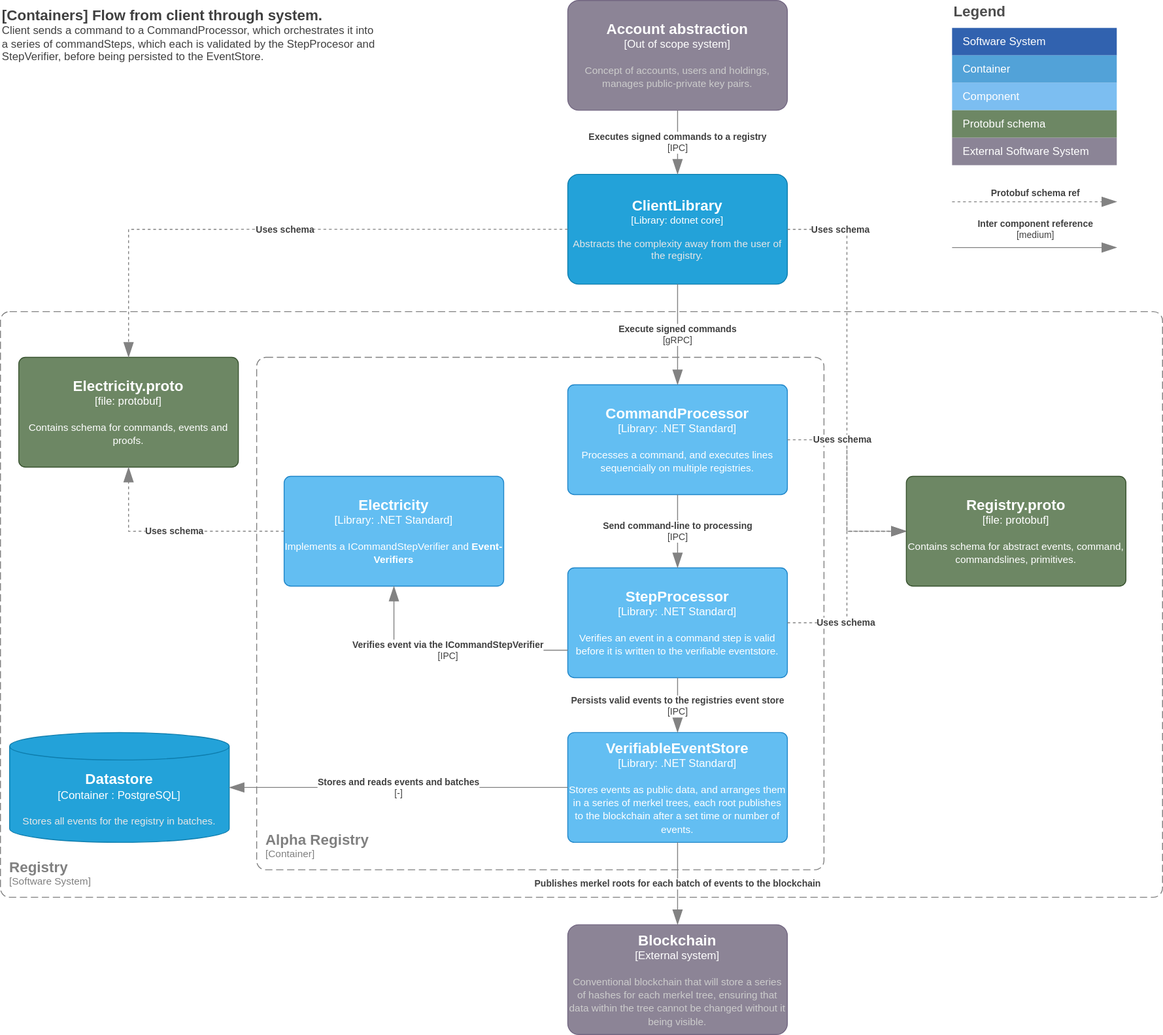
Earlier version of the draw.io export doc/architecture/container.drawio.svg (project-origin/registry). Source tidied: cells renumbered, new cells last; positions are measured from the earlier drawing's top-left corner, leaving out a move shared by most shapes.
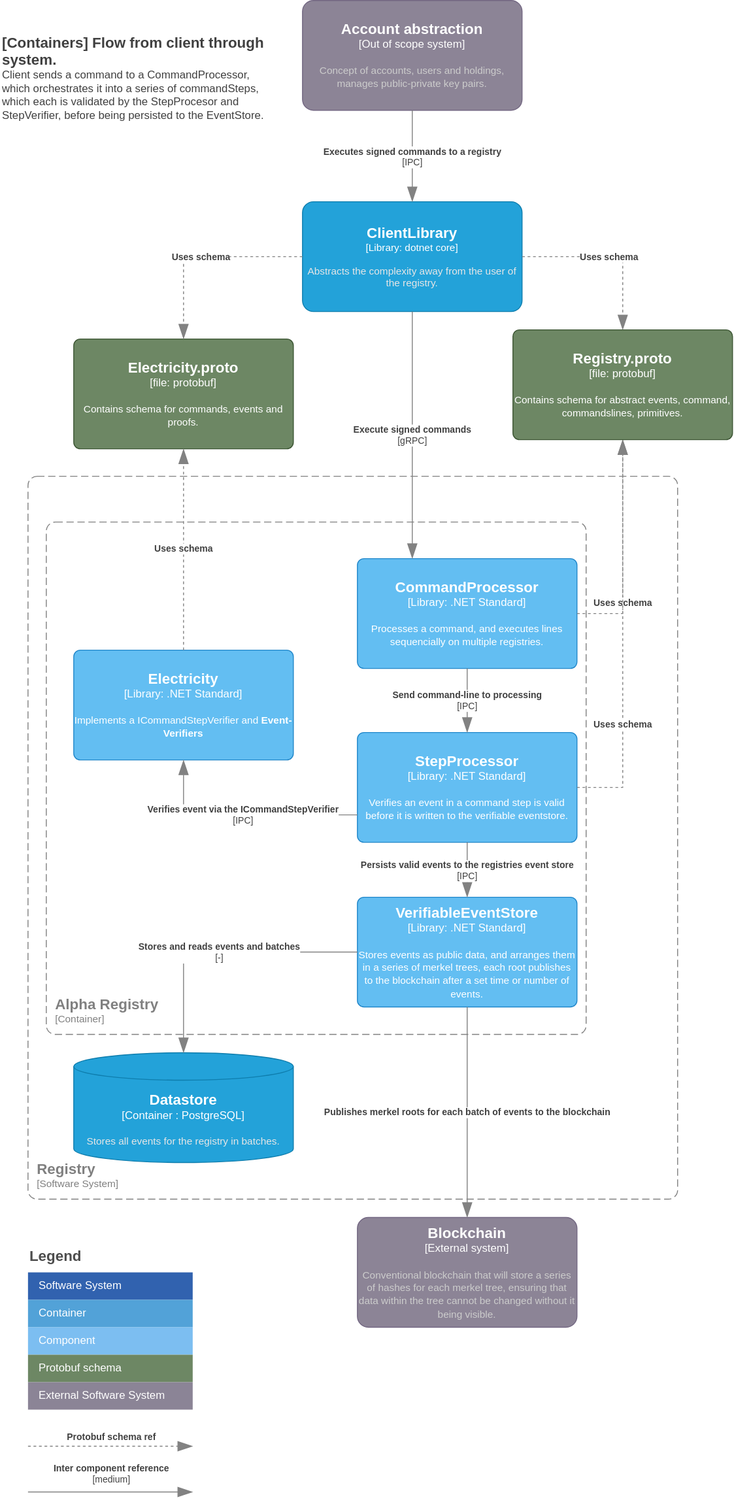
The same diagram one commit later.

What changed in the source:
```diff
@@ -4,27 +4,27 @@
     <mxCell id="1" parent="0" />
     <object id="2" label="&lt;font style=&quot;font-size: 16px&quot;&gt;&lt;b&gt;%c4Name%&lt;/b&gt;&lt;/font&gt;&lt;div&gt;[%c4Type%]&lt;/div&gt;&lt;br&gt;&lt;div&gt;&lt;font style=&quot;font-size: 11px&quot;&gt;&lt;font color=&quot;#cccccc&quot;&gt;%c4Description%&lt;/font&gt;&lt;/div&gt;" c4Description="Conventional blockchain that will store a series of hashes for each merkel tree, ensuring that data within the tree cannot be changed without it being visible." c4Name="Blockchain" c4Type="External system" placeholders="1">
       <mxCell style="rounded=1;whiteSpace=wrap;html=1;labelBackgroundColor=none;fillColor=#8C8496;fontColor=#ffffff;align=center;arcSize=10;strokeColor=#736782;points=[[0.25,0,0],[0.5,0,0],[0.75,0,0],[1,0.25,0],[1,0.5,0],[1,0.75,0],[0.75,1,0],[0.5,1,0],[0.25,1,0],[0,0.75,0],[0,0.5,0],[0,0.25,0]];" parent="1" vertex="1">
-        <mxGeometry x="620" y="1010" width="240" height="120" as="geometry" />
+        <mxGeometry x="620" y="1150" width="240" height="120" as="geometry" />
       </mxCell>
     </object>
     <object id="3" label="&lt;font style=&quot;font-size: 16px&quot;&gt;&lt;b&gt;%c4Name%&lt;/b&gt;&lt;/font&gt;&lt;div&gt;[%c4Type%]&lt;/div&gt;&lt;br&gt;&lt;div&gt;&lt;font style=&quot;font-size: 11px&quot;&gt;&lt;font color=&quot;#cccccc&quot;&gt;%c4Description%&lt;/font&gt;&lt;/div&gt;" c4Description="Concept of accounts, users and holdings, manages public-private key pairs.  " c4Name="Account abstraction" c4Type="Out of scope system" placeholders="1">
       <mxCell style="rounded=1;whiteSpace=wrap;html=1;labelBackgroundColor=none;fillColor=#8C8496;fontColor=#ffffff;align=center;arcSize=10;strokeColor=#736782;points=[[0.25,0,0],[0.5,0,0],[0.75,0,0],[1,0.25,0],[1,0.5,0],[1,0.75,0],[0.75,1,0],[0.5,1,0],[0.25,1,0],[0,0.75,0],[0,0.5,0],[0,0.25,0]];" parent="1" vertex="1">
-        <mxGeometry x="620" width="240" height="120" as="geometry" />
+        <mxGeometry x="560" y="-180" width="240" height="120" as="geometry" />
       </mxCell>
     </object>
     <object id="4" label="&lt;font style=&quot;font-size: 16px&quot;&gt;&lt;b&gt;&lt;div style=&quot;text-align: left&quot;&gt;%c4Name%&lt;/div&gt;&lt;/b&gt;&lt;/font&gt;&lt;div style=&quot;text-align: left&quot;&gt;[%c4Application%]&lt;/div&gt;" c4Application="Software System" c4Name="Registry" c4Type="SystemScopeBoundary" placeholders="1">
       <mxCell style="rounded=1;fontSize=11;whiteSpace=wrap;html=1;dashed=1;arcSize=20;fillColor=none;strokeColor=#808080;fontColor=#808080;labelBackgroundColor=none;align=left;verticalAlign=bottom;labelBorderColor=none;spacingTop=0;spacing=10;dashPattern=8 4;perimeter=rectanglePerimeter;labelPadding=0;absoluteArcSize=1;strokeWidth=1;" parent="1" vertex="1">
-        <mxGeometry y="340" width="1270" height="640" as="geometry" />
+        <mxGeometry x="260" y="340" width="710" height="790" as="geometry" />
       </mxCell>
     </object>
     <object id="5" label="&lt;font style=&quot;font-size: 16px&quot;&gt;&lt;b&gt;%c4Type%&lt;/font&gt;&lt;div&gt;[%c4Container%:&amp;nbsp;%c4Technology%]&lt;/div&gt;&lt;br&gt;&lt;div&gt;&lt;font style=&quot;font-size: 11px&quot;&gt;&lt;font color=&quot;#E6E6E6&quot;&gt;%c4Description%&lt;/font&gt;&lt;/div&gt;" c4Container="Container " c4Description="Stores all events for the registry in batches." c4Technology="PostgreSQL" c4Type="Datastore" placeholders="1">
       <mxCell style="shape=cylinder3;size=15;whiteSpace=wrap;html=1;boundedLbl=1;rounded=0;labelBackgroundColor=none;fillColor=#23A2D9;fontSize=12;fontColor=#ffffff;align=center;strokeColor=#0E7DAD;points=[[0.5,0,0],[1,0.25,0],[1,0.5,0],[1,0.75,0],[0.5,1,0],[0,0.75,0],[0,0.5,0],[0,0.25,0]];" parent="1" vertex="1">
-        <mxGeometry x="10" y="800" width="240" height="120" as="geometry" />
+        <mxGeometry x="310" y="970" width="240" height="120" as="geometry" />
       </mxCell>
     </object>
     <object id="6" label="&lt;font style=&quot;font-size: 16px&quot;&gt;&lt;b&gt;&lt;div style=&quot;text-align: left&quot;&gt;%c4Name%&lt;/div&gt;&lt;/b&gt;&lt;/font&gt;&lt;div style=&quot;text-align: left&quot;&gt;[%c4Application%]&lt;/div&gt;" c4Application="Container" c4Name="Alpha Registry" c4Type="ContainerScopeBoundary" placeholders="1">
       <mxCell style="rounded=1;fontSize=11;whiteSpace=wrap;html=1;dashed=1;arcSize=20;fillColor=none;strokeColor=#808080;fontColor=#808080;labelBackgroundColor=none;align=left;verticalAlign=bottom;labelBorderColor=none;spacingTop=0;spacing=10;dashPattern=8 4;perimeter=rectanglePerimeter;labelPadding=0;absoluteArcSize=1;" parent="1" vertex="1">
-        <mxGeometry x="280" y="390" width="620" height="560" as="geometry" />
+        <mxGeometry x="280" y="390" width="590" height="560" as="geometry" />
       </mxCell>
     </object>
     <object id="7" label="&lt;font style=&quot;font-size: 16px&quot;&gt;&lt;b&gt;%c4Name%&lt;/b&gt;&lt;/font&gt;&lt;div&gt;[%c4Type%: %c4Technology%]&lt;/div&gt;&lt;br&gt;&lt;div&gt;&lt;font style=&quot;font-size: 11px&quot;&gt;%c4Description%&lt;/font&gt;&lt;/div&gt;" c4Description="Stores events as public data, and arranges them in a series of merkel trees, each root publishes to the blockchain after a set time or number of events." c4Name="VerifiableEventStore" c4Technology=".NET Standard" c4Type="Library" placeholders="1">
@@ -39,7 +39,7 @@
     </object>
     <object id="9" label="&lt;font style=&quot;font-size: 16px&quot;&gt;&lt;b&gt;%c4Name%&lt;/b&gt;&lt;/font&gt;&lt;div&gt;[%c4Type%: %c4Technology%]&lt;/div&gt;&lt;br&gt;&lt;div&gt;&lt;font style=&quot;font-size: 11px&quot;&gt;%c4Description%&lt;/font&gt;&lt;/div&gt;" c4Description="Implements a ICommandStepVerifier and &lt;b&gt;Event-Verifiers&lt;/b&gt;" c4Name="Electricity" c4Technology=".NET Standard" c4Type="Library" placeholders="1">
       <mxCell style="rounded=1;whiteSpace=wrap;html=1;labelBackgroundColor=none;fillColor=#63BEF2;fontColor=#ffffff;align=center;arcSize=6;strokeColor=#2086C9;points=[[0.25,0,0],[0.5,0,0],[0.75,0,0],[1,0.25,0],[1,0.5,0],[1,0.75,0],[0.75,1,0],[0.5,1,0],[0.25,1,0],[0,0.75,0],[0,0.5,0],[0,0.25,0]];" parent="1" vertex="1">
-        <mxGeometry x="310" y="520" width="240" height="120" as="geometry" />
+        <mxGeometry x="310" y="530" width="240" height="120" as="geometry" />
       </mxCell>
     </object>
     <object id="10" label="&lt;font style=&quot;font-size: 16px&quot;&gt;&lt;b&gt;%c4Name%&lt;/b&gt;&lt;/font&gt;&lt;div&gt;[%c4Type%: %c4Technology%]&lt;/div&gt;&lt;br&gt;&lt;div&gt;&lt;font style=&quot;font-size: 11px&quot;&gt;%c4Description%&lt;/font&gt;&lt;/div&gt;" c4Description="Verifies an event in a command step is valid before it is written to the verifiable eventstore." c4Name="StepProcessor" c4Technology=".NET Standard" c4Type="Library" placeholders="1">
@@ -49,16 +49,16 @@
     </object>
     <object id="11" label="&lt;font style=&quot;font-size: 16px&quot;&gt;&lt;b&gt;%c4Name%&lt;/b&gt;&lt;/font&gt;&lt;div&gt;[%c4Type%: %c4Technology%]&lt;/div&gt;&lt;br&gt;&lt;div&gt;&lt;font style=&quot;font-size: 11px&quot;&gt;%c4Description%&lt;/font&gt;&lt;/div&gt;" c4Description="Processes a command, and executes lines sequencially on multiple registries. " c4Name="CommandProcessor" c4Technology=".NET Standard" c4Type="Library" placeholders="1">
       <mxCell style="rounded=1;whiteSpace=wrap;html=1;labelBackgroundColor=none;fillColor=#63BEF2;fontColor=#ffffff;align=center;arcSize=6;strokeColor=#2086C9;points=[[0.25,0,0],[0.5,0,0],[0.75,0,0],[1,0.25,0],[1,0.5,0],[1,0.75,0],[0.75,1,0],[0.5,1,0],[0.25,1,0],[0,0.75,0],[0,0.5,0],[0,0.25,0]];" parent="1" vertex="1">
-        <mxGeometry x="620" y="420" width="240" height="120" as="geometry" />
+        <mxGeometry x="620" y="430" width="240" height="120" as="geometry" />
       </mxCell>
     </object>
     <object id="12" label="&lt;font style=&quot;font-size: 16px&quot;&gt;&lt;b&gt;%c4Name%&lt;/b&gt;&lt;/font&gt;&lt;div&gt;[%c4Type%: %c4Technology%]&lt;/div&gt;&lt;br&gt;&lt;div&gt;&lt;font style=&quot;font-size: 11px&quot;&gt;&lt;font color=&quot;#E6E6E6&quot;&gt;%c4Description%&lt;/font&gt;&lt;/div&gt;" c4Description="Abstracts the complexity away from the user of the registry." c4Name="ClientLibrary" c4Technology="dotnet core" c4Type="Library" placeholders="1">
       <mxCell style="rounded=1;whiteSpace=wrap;html=1;fontSize=11;labelBackgroundColor=none;fillColor=#23A2D9;fontColor=#ffffff;align=center;arcSize=10;strokeColor=#0E7DAD;points=[[0.25,0,0],[0.5,0,0],[0.75,0,0],[1,0.25,0],[1,0.5,0],[1,0.75,0],[0.75,1,0],[0.5,1,0],[0.25,1,0],[0,0.75,0],[0,0.5,0],[0,0.25,0]];" parent="1" vertex="1">
-        <mxGeometry x="620" y="190" width="240" height="120" as="geometry" />
+        <mxGeometry x="560" y="40" width="240" height="120" as="geometry" />
       </mxCell>
     </object>
     <object id="13" label="&lt;div style=&quot;text-align: left&quot;&gt;&lt;div style=&quot;text-align: center&quot;&gt;&lt;b&gt;%c4Description%&lt;/b&gt;&lt;/div&gt;&lt;div style=&quot;text-align: center&quot;&gt;[%c4Technology%]&lt;/div&gt;&lt;/div&gt;" c4Description="Execute signed commands" c4Technology="gRPC" c4Type="Relationship" placeholders="1">
-      <mxCell style="endArrow=blockThin;html=1;fontSize=10;fontColor=#404040;strokeWidth=1;endFill=1;strokeColor=#828282;elbow=vertical;endSize=14;startSize=14;jumpStyle=arc;jumpSize=16;rounded=0;edgeStyle=orthogonalEdgeStyle;entryX=0.5;entryY=0;entryDx=0;entryDy=0;entryPerimeter=0;exitX=0.5;exitY=1;exitDx=0;exitDy=0;exitPerimeter=0;" parent="1" edge="1" source="12" target="11">
+      <mxCell style="endArrow=blockThin;html=1;fontSize=10;fontColor=#404040;strokeWidth=1;endFill=1;strokeColor=#828282;elbow=vertical;endSize=14;startSize=14;jumpStyle=arc;jumpSize=16;rounded=0;edgeStyle=orthogonalEdgeStyle;exitX=0.5;exitY=1;exitDx=0;exitDy=0;exitPerimeter=0;entryX=0.25;entryY=0;entryDx=0;entryDy=0;entryPerimeter=0;" parent="1" edge="1" source="12" target="11">
         <mxGeometry relative="1" as="geometry" />
       </mxCell>
     </object>
@@ -84,11 +84,11 @@
     </object>
     <object id="18" label="&lt;font style=&quot;font-size: 16px&quot;&gt;&lt;b&gt;%c4Name%&lt;/b&gt;&lt;/font&gt;&lt;div&gt;[%c4Type%: %c4Technology%]&lt;/div&gt;&lt;br&gt;&lt;div&gt;&lt;font style=&quot;font-size: 11px&quot;&gt;%c4Description%&lt;/font&gt;&lt;/div&gt;" c4Description="Contains schema for commands, events and proofs. " c4Name="Electricity.proto" c4Technology="protobuf" c4Type="file" placeholders="1">
       <mxCell style="rounded=1;whiteSpace=wrap;html=1;labelBackgroundColor=none;fillColor=#6d8764;fontColor=#ffffff;align=center;arcSize=6;strokeColor=#3A5431;points=[[0.25,0,0],[0.5,0,0],[0.75,0,0],[1,0.25,0],[1,0.5,0],[1,0.75,0],[0.75,1,0],[0.5,1,0],[0.25,1,0],[0,0.75,0],[0,0.5,0],[0,0.25,0]];" parent="1" vertex="1">
-        <mxGeometry x="20" y="390" width="240" height="120" as="geometry" />
+        <mxGeometry x="310" y="190" width="240" height="120" as="geometry" />
       </mxCell>
     </object>
     <object id="19" label="&lt;div style=&quot;text-align: left&quot;&gt;&lt;div style=&quot;text-align: center&quot;&gt;&lt;b&gt;%c4Description%&lt;/b&gt;&lt;/div&gt;" c4Description="Uses schema" c4Type="Relationship" placeholders="1">
-      <mxCell style="endArrow=blockThin;html=1;fontSize=10;fontColor=#404040;strokeWidth=1;endFill=1;strokeColor=#828282;elbow=vertical;endSize=14;startSize=14;jumpStyle=arc;jumpSize=16;rounded=0;edgeStyle=orthogonalEdgeStyle;entryX=0.5;entryY=1;entryDx=0;entryDy=0;entryPerimeter=0;exitX=0;exitY=0.5;exitDx=0;exitDy=0;exitPerimeter=0;dashed=1;" parent="1" edge="1" source="9" target="18">
+      <mxCell style="endArrow=blockThin;html=1;fontSize=10;fontColor=#404040;strokeWidth=1;endFill=1;strokeColor=#828282;elbow=vertical;endSize=14;startSize=14;jumpStyle=arc;jumpSize=16;rounded=0;edgeStyle=orthogonalEdgeStyle;entryX=0.5;entryY=1;entryDx=0;entryDy=0;entryPerimeter=0;dashed=1;" parent="1" edge="1" source="9" target="18">
         <mxGeometry relative="1" as="geometry" />
       </mxCell>
     </object>
@@ -98,10 +98,10 @@
       </mxCell>
     </object>
     <mxCell id="21" value="Legend" style="align=left;fontSize=16;fontStyle=1;strokeColor=none;fillColor=none;fontColor=#4D4D4D;spacingTop=-8;rounded=1;" parent="1" vertex="1">
-      <mxGeometry x="1040" width="180" height="30" as="geometry" />
+      <mxGeometry x="260" y="1180" width="180" height="30" as="geometry" />
     </mxCell>
     <mxCell id="22" style="shape=table;html=1;whiteSpace=wrap;startSize=0;fillColor=none;align=left;spacingLeft=10;strokeColor=none;rounded=1;arcSize=11;fontColor=#FFFFFF;" parent="1" vertex="1">
-      <mxGeometry x="1040" y="30" width="180" height="150" as="geometry" />
+      <mxGeometry x="260" y="1210" width="180" height="150" as="geometry" />
     </mxCell>
     <mxCell id="23" value="Software System" style="shape=partialRectangle;html=1;whiteSpace=wrap;fillColor=#3162AF;top=0;left=0;bottom=0;right=0;overflow=hidden;align=left;spacingLeft=10;fontColor=#FFFFFF;rounded=1;strokeColor=#808080;" parent="22" vertex="1">
       <mxGeometry width="180" height="30" as="geometry" />
@@ -119,23 +119,23 @@
       <mxGeometry y="120" width="180" height="30" as="geometry" />
     </mxCell>
     <object id="28" label="&lt;div style=&quot;text-align: left&quot;&gt;&lt;div style=&quot;text-align: center&quot;&gt;&lt;b&gt;%c4Description%&lt;/b&gt;&lt;/div&gt;" c4Description="Uses schema" c4Type="Relationship" placeholders="1">
-      <mxCell style="endArrow=blockThin;html=1;fontSize=10;fontColor=#404040;strokeWidth=1;endFill=1;strokeColor=#828282;elbow=vertical;endSize=14;startSize=14;jumpStyle=arc;jumpSize=16;rounded=0;edgeStyle=orthogonalEdgeStyle;entryX=0;entryY=0.5;entryDx=0;entryDy=0;entryPerimeter=0;dashed=1;" parent="1" edge="1" source="12" target="31">
-        <mxGeometry x="-0.75" relative="1" as="geometry" />
+      <mxCell style="endArrow=blockThin;html=1;fontSize=10;fontColor=#404040;strokeWidth=1;endFill=1;strokeColor=#828282;elbow=vertical;endSize=14;startSize=14;jumpStyle=arc;jumpSize=16;rounded=0;edgeStyle=orthogonalEdgeStyle;dashed=1;exitX=1;exitY=0.5;exitDx=0;exitDy=0;exitPerimeter=0;" parent="1" edge="1" source="12" target="31">
+        <mxGeometry relative="1" as="geometry" />
       </mxCell>
     </object>
     <object id="29" label="&lt;div style=&quot;text-align: left&quot;&gt;&lt;div style=&quot;text-align: center&quot;&gt;&lt;b&gt;%c4Description%&lt;/b&gt;&lt;/div&gt;" c4Description="Uses schema" c4Type="Relationship" placeholders="1">
-      <mxCell style="endArrow=blockThin;html=1;fontSize=10;fontColor=#404040;strokeWidth=1;endFill=1;strokeColor=#828282;elbow=vertical;endSize=14;startSize=14;jumpStyle=arc;jumpSize=16;rounded=0;edgeStyle=orthogonalEdgeStyle;dashed=1;" parent="1" edge="1" source="11" target="31">
+      <mxCell style="endArrow=blockThin;html=1;fontSize=10;fontColor=#404040;strokeWidth=1;endFill=1;strokeColor=#828282;elbow=vertical;endSize=14;startSize=14;jumpStyle=arc;jumpSize=16;rounded=0;edgeStyle=orthogonalEdgeStyle;dashed=1;exitX=1;exitY=0.5;exitDx=0;exitDy=0;exitPerimeter=0;" parent="1" edge="1" source="11" target="31">
         <mxGeometry x="-0.48" relative="1" as="geometry" />
       </mxCell>
     </object>
     <object id="30" label="&lt;div style=&quot;text-align: left&quot;&gt;&lt;div style=&quot;text-align: center&quot;&gt;&lt;b&gt;%c4Description%&lt;/b&gt;&lt;/div&gt;" c4Description="Uses schema" c4Type="Relationship" placeholders="1">
-      <mxCell style="endArrow=blockThin;html=1;fontSize=10;fontColor=#404040;strokeWidth=1;endFill=1;strokeColor=#828282;elbow=vertical;endSize=14;startSize=14;jumpStyle=arc;jumpSize=16;rounded=0;edgeStyle=orthogonalEdgeStyle;dashed=1;entryX=0;entryY=0.5;entryDx=0;entryDy=0;entryPerimeter=0;" parent="1" edge="1" source="10" target="31">
+      <mxCell style="endArrow=blockThin;html=1;fontSize=10;fontColor=#404040;strokeWidth=1;endFill=1;strokeColor=#828282;elbow=vertical;endSize=14;startSize=14;jumpStyle=arc;jumpSize=16;rounded=0;edgeStyle=orthogonalEdgeStyle;dashed=1;exitX=1;exitY=0.5;exitDx=0;exitDy=0;exitPerimeter=0;" parent="1" edge="1" source="10" target="31">
         <mxGeometry x="-0.45" relative="1" as="geometry" />
       </mxCell>
     </object>
     <object id="31" label="&lt;font style=&quot;font-size: 16px&quot;&gt;&lt;b&gt;%c4Name%&lt;/b&gt;&lt;/font&gt;&lt;div&gt;[%c4Type%: %c4Technology%]&lt;/div&gt;&lt;br&gt;&lt;div&gt;&lt;font style=&quot;font-size: 11px&quot;&gt;%c4Description%&lt;/font&gt;&lt;/div&gt;" c4Description="Contains schema for abstract events, command, commandslines, primitives." c4Name="Registry.proto" c4Technology="protobuf" c4Type="file" placeholders="1">
       <mxCell style="rounded=1;whiteSpace=wrap;html=1;labelBackgroundColor=none;fillColor=#6d8764;fontColor=#ffffff;align=center;arcSize=6;strokeColor=#3A5431;points=[[0.25,0,0],[0.5,0,0],[0.75,0,0],[1,0.25,0],[1,0.5,0],[1,0.75,0],[0.75,1,0],[0.5,1,0],[0.25,1,0],[0,0.75,0],[0,0.5,0],[0,0.25,0]];" parent="1" vertex="1">
-        <mxGeometry x="990" y="520" width="240" height="120" as="geometry" />
+        <mxGeometry x="790" y="180" width="240" height="120" as="geometry" />
       </mxCell>
     </object>
     <object id="32" label="&lt;div style=&quot;text-align: left&quot;&gt;&lt;div style=&quot;text-align: center&quot;&gt;&lt;b&gt;%c4Description%&lt;/b&gt;&lt;/div&gt;&lt;div style=&quot;text-align: center&quot;&gt;[%c4Technology%]&lt;/div&gt;&lt;/div&gt;" c4Description="Executes signed commands to a registry" c4Technology="IPC" c4Type="Relationship" placeholders="1">
@@ -145,22 +145,22 @@
     </object>
     <object id="33" label="&lt;font style=&quot;font-size: 16px&quot;&gt;&lt;b&gt;&lt;div style=&quot;text-align: left&quot;&gt;%c4Name%&lt;/div&gt;&lt;/b&gt;&lt;/font&gt;&lt;div style=&quot;text-align: left&quot;&gt;%c4Description%&lt;/div&gt;" c4Description="Client sends a command to a CommandProcessor, which orchestrates it into a series of commandSteps, which each is validated by the StepProcesor and StepVerifier, before being persisted to the EventStore. " c4Name="[Containers] Flow from client through system." c4Type="ContainerDiagramTitle" placeholders="1">
       <mxCell style="text;html=1;strokeColor=none;fillColor=none;align=left;verticalAlign=top;whiteSpace=wrap;rounded=0;fontColor=#404040;" parent="1" vertex="1">
-        <mxGeometry width="410" height="180" as="geometry" />
+        <mxGeometry x="230" y="-150" width="290" height="180" as="geometry" />
       </mxCell>
     </object>
     <object id="34" label="&lt;div style=&quot;text-align: left&quot;&gt;&lt;div style=&quot;text-align: center&quot;&gt;&lt;b&gt;%c4Description%&lt;/b&gt;&lt;/div&gt;" c4Description="Protobuf schema ref" c4Type="Relationship" placeholders="1">
       <mxCell style="endArrow=blockThin;html=1;fontSize=10;fontColor=#404040;strokeWidth=1;endFill=1;strokeColor=#828282;elbow=vertical;endSize=14;startSize=14;jumpStyle=arc;jumpSize=16;rounded=0;edgeStyle=orthogonalEdgeStyle;dashed=1;" parent="1" edge="1">
         <mxGeometry y="10" relative="1" as="geometry">
-          <mxPoint x="1040" y="220" as="sourcePoint" />
-          <mxPoint x="1220" y="220" as="targetPoint" />
+          <mxPoint x="260" y="1400" as="sourcePoint" />
+          <mxPoint x="440" y="1400" as="targetPoint" />
         </mxGeometry>
       </mxCell>
     </object>
     <object id="35" label="&lt;div style=&quot;text-align: left&quot;&gt;&lt;div style=&quot;text-align: center&quot;&gt;&lt;b&gt;%c4Description%&lt;/b&gt;&lt;/div&gt;&lt;div style=&quot;text-align: center&quot;&gt;[%c4Technology%]&lt;/div&gt;&lt;/div&gt;" c4Description="Inter component reference" c4Technology="medium" c4Type="Relationship" placeholders="1">
       <mxCell style="endArrow=blockThin;html=1;fontSize=10;fontColor=#404040;strokeWidth=1;endFill=1;strokeColor=#828282;elbow=vertical;endSize=14;startSize=14;jumpStyle=arc;jumpSize=16;rounded=0;edgeStyle=orthogonalEdgeStyle;" parent="1" edge="1">
         <mxGeometry y="20" relative="1" as="geometry">
-          <mxPoint x="1040" y="270" as="sourcePoint" />
-          <mxPoint x="1220" y="270" as="targetPoint" />
+          <mxPoint x="260" y="1450" as="sourcePoint" />
+          <mxPoint x="440" y="1450" as="targetPoint" />
         </mxGeometry>
       </mxCell>
     </object>
```
